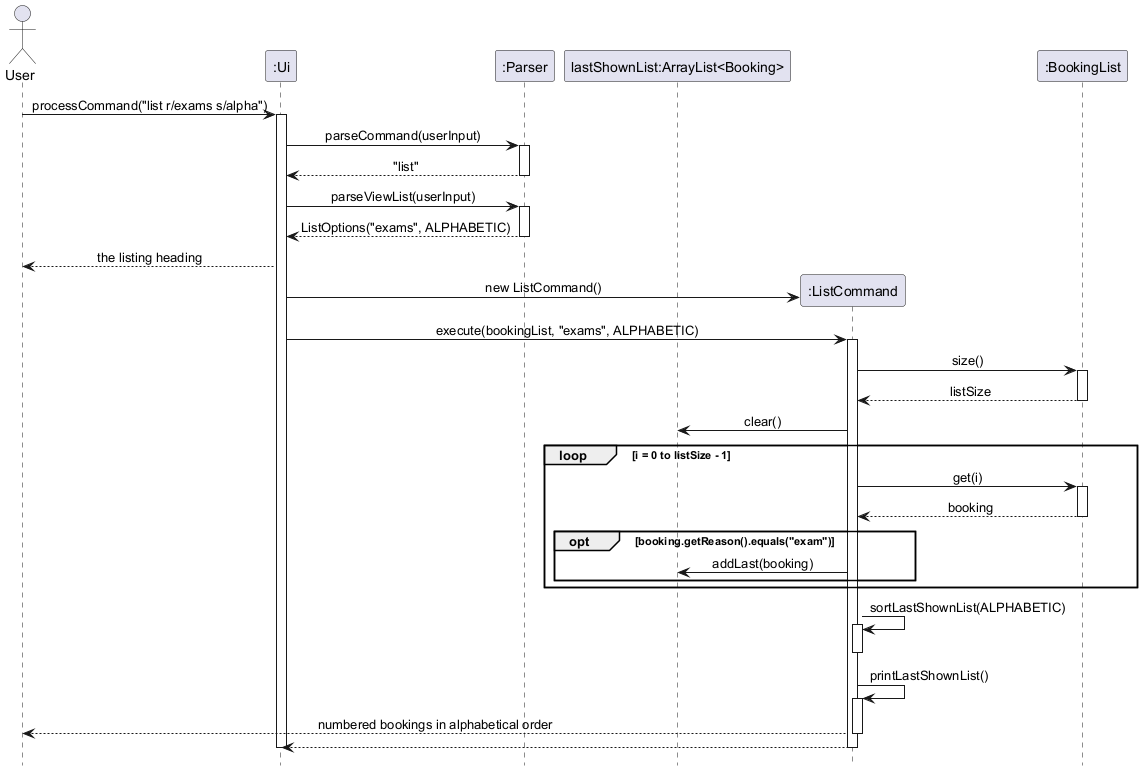
Earlier version of the PlantUML export docs/UMLDiagrams/ListCommandSequenceDiagram.png (AY2627S1-CS2113-W14-2/tp).
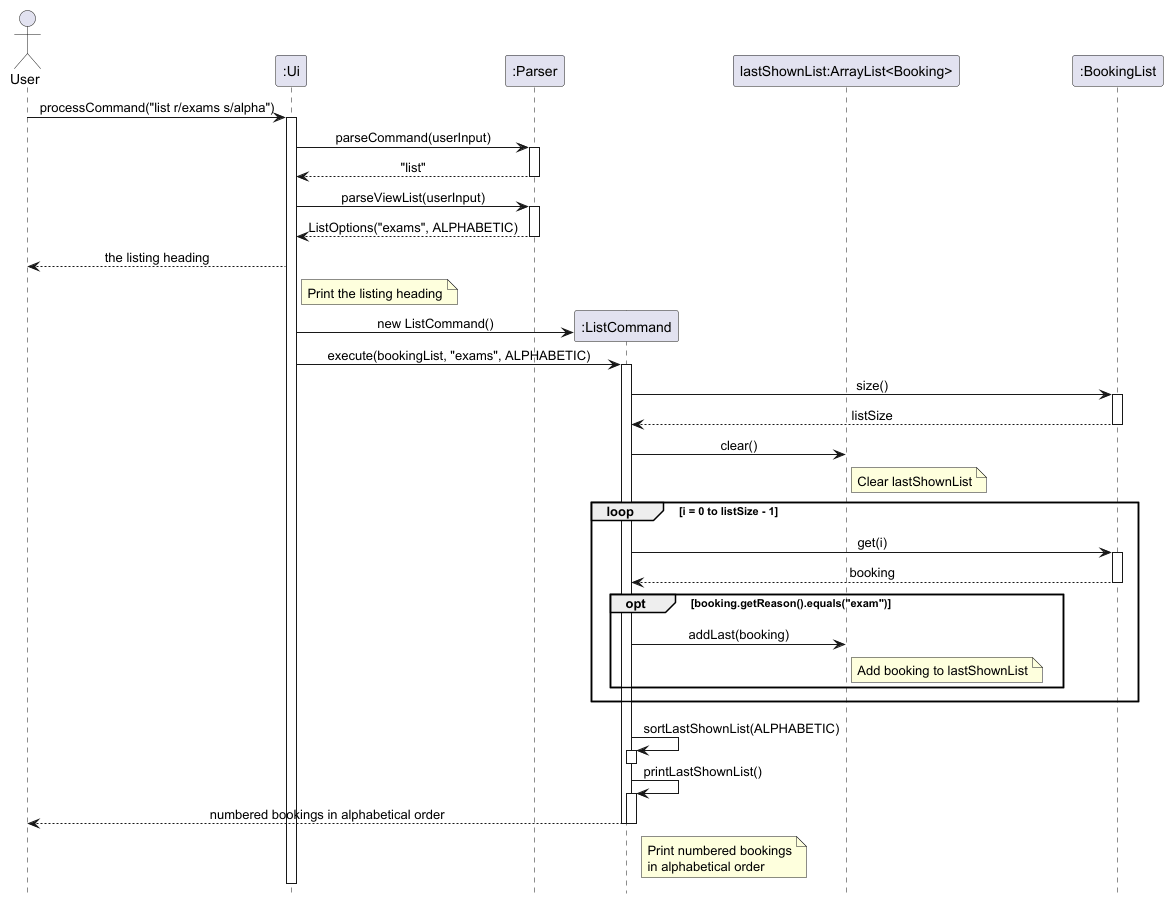
The same file after the commit.

Diff of the diagram source:
```diff
@@ -7,7 +7,6 @@
 participant ":Ui" as UI
 
 participant ":Parser" as Parser
-participant "lastShownList:ArrayList<Booking>" as Shown
 
 User -> UI: processCommand("list r/exams s/alpha")
 activate UI
@@ -23,9 +22,11 @@
 deactivate Parser
 
 UI --> User: the listing heading
+note right of UI: Print the listing heading
 
 create participant ":ListCommand" as List
 UI -> List: new ListCommand()
+participant "lastShownList:ArrayList<Booking>" as Shown
 participant ":BookingList" as Bookings
 
 UI -> List: execute(bookingList, "exams", ALPHABETIC)
@@ -37,6 +38,7 @@
 deactivate Bookings
 
 List -> Shown: clear()
+note right of Shown: Clear lastShownList
 
 loop i = 0 to listSize - 1
     List -> Bookings: get(i)
@@ -46,6 +48,7 @@
 
     opt booking.getReason().equals("exam")
        List -> Shown: addLast(booking)
+       note right of Shown: Add booking to lastShownList
     end
 end
 
@@ -56,9 +59,12 @@
 List -> List: printLastShownList()
 activate List
 List --> User: numbered bookings in alphabetical order
+note right of List
+Print numbered bookings
+in alphabetical order
+end note
 deactivate List
 
-List --> UI
 deactivate List
 
 deactivate UI
```
